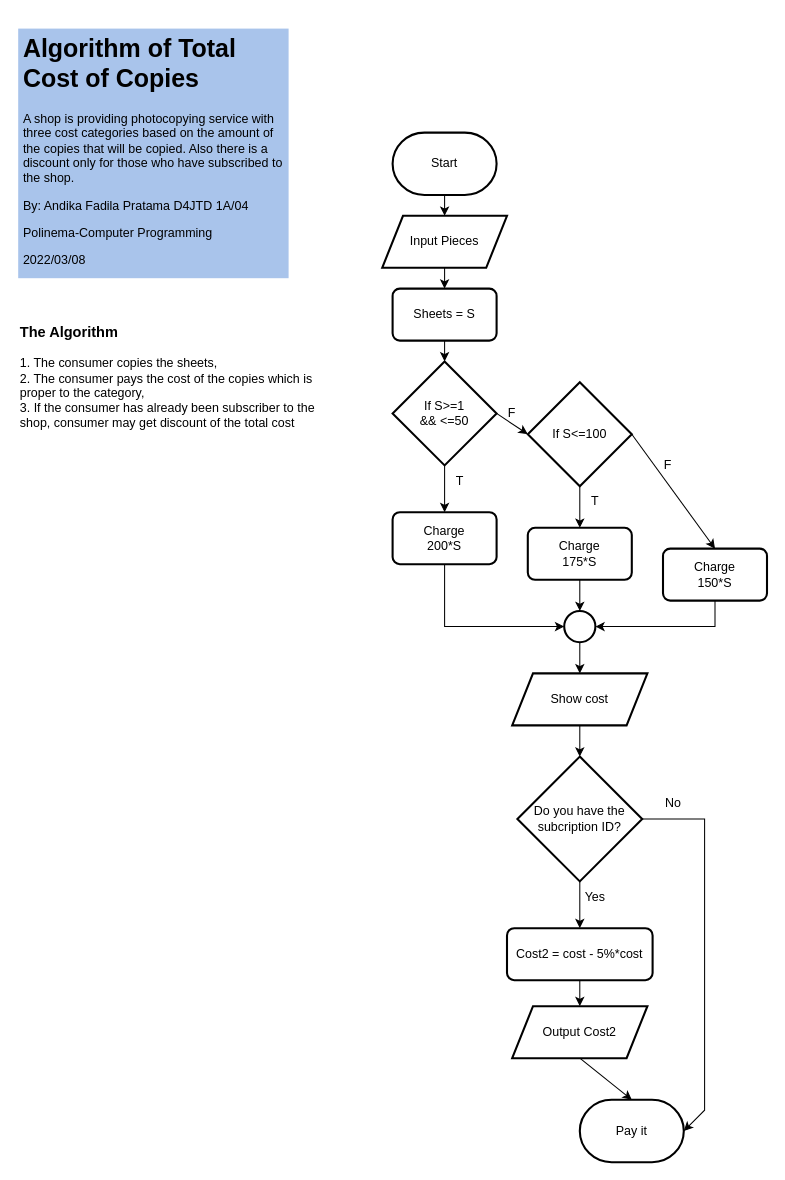
Earlier version of the draw.io diagram Algorithm of Total Cost of Copies.drawio (troders34/troders34). Source tidied: cells renumbered, new cells numbered last; positions are measured from the earlier drawing's top-left corner, leaving out a move shared by most shapes. Both pictures are drawn from the tidied source at 104%, with x=0, y=0 at pixel (18, 28).
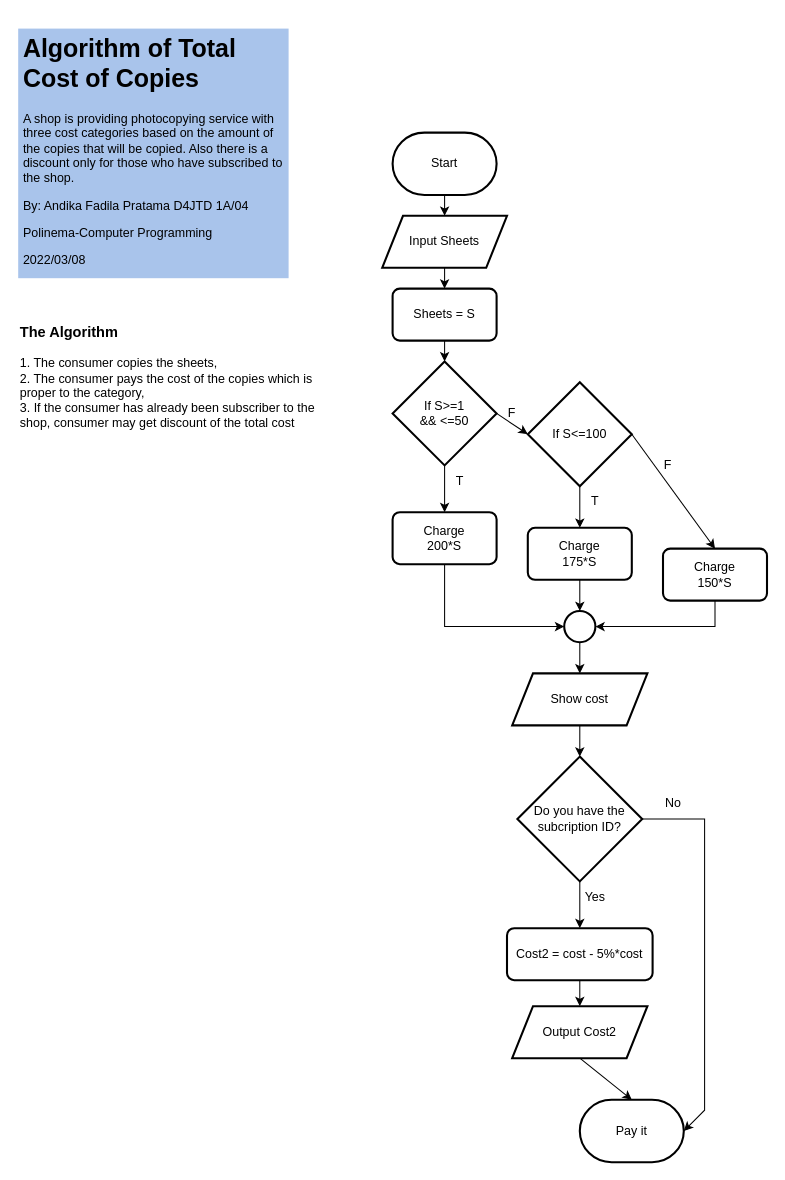
The same diagram, later.

Change to the diagram source:
```diff
@@
-    <mxCell id="9" value="Input Pieces" style="text;html=1;strokeColor=none;fillColor=none;align=center;verticalAlign=middle;whiteSpace=wrap;rounded=0;" parent="1" vertex="1">
+    <mxCell id="9" value="Input Sheets" style="text;html=1;strokeColor=none;fillColor=none;align=center;verticalAlign=middle;whiteSpace=wrap;rounded=0;" parent="1" vertex="1">
       <mxGeometry x="360" y="192.5" width="100" height="25" as="geometry" />
     </mxCell>
```
